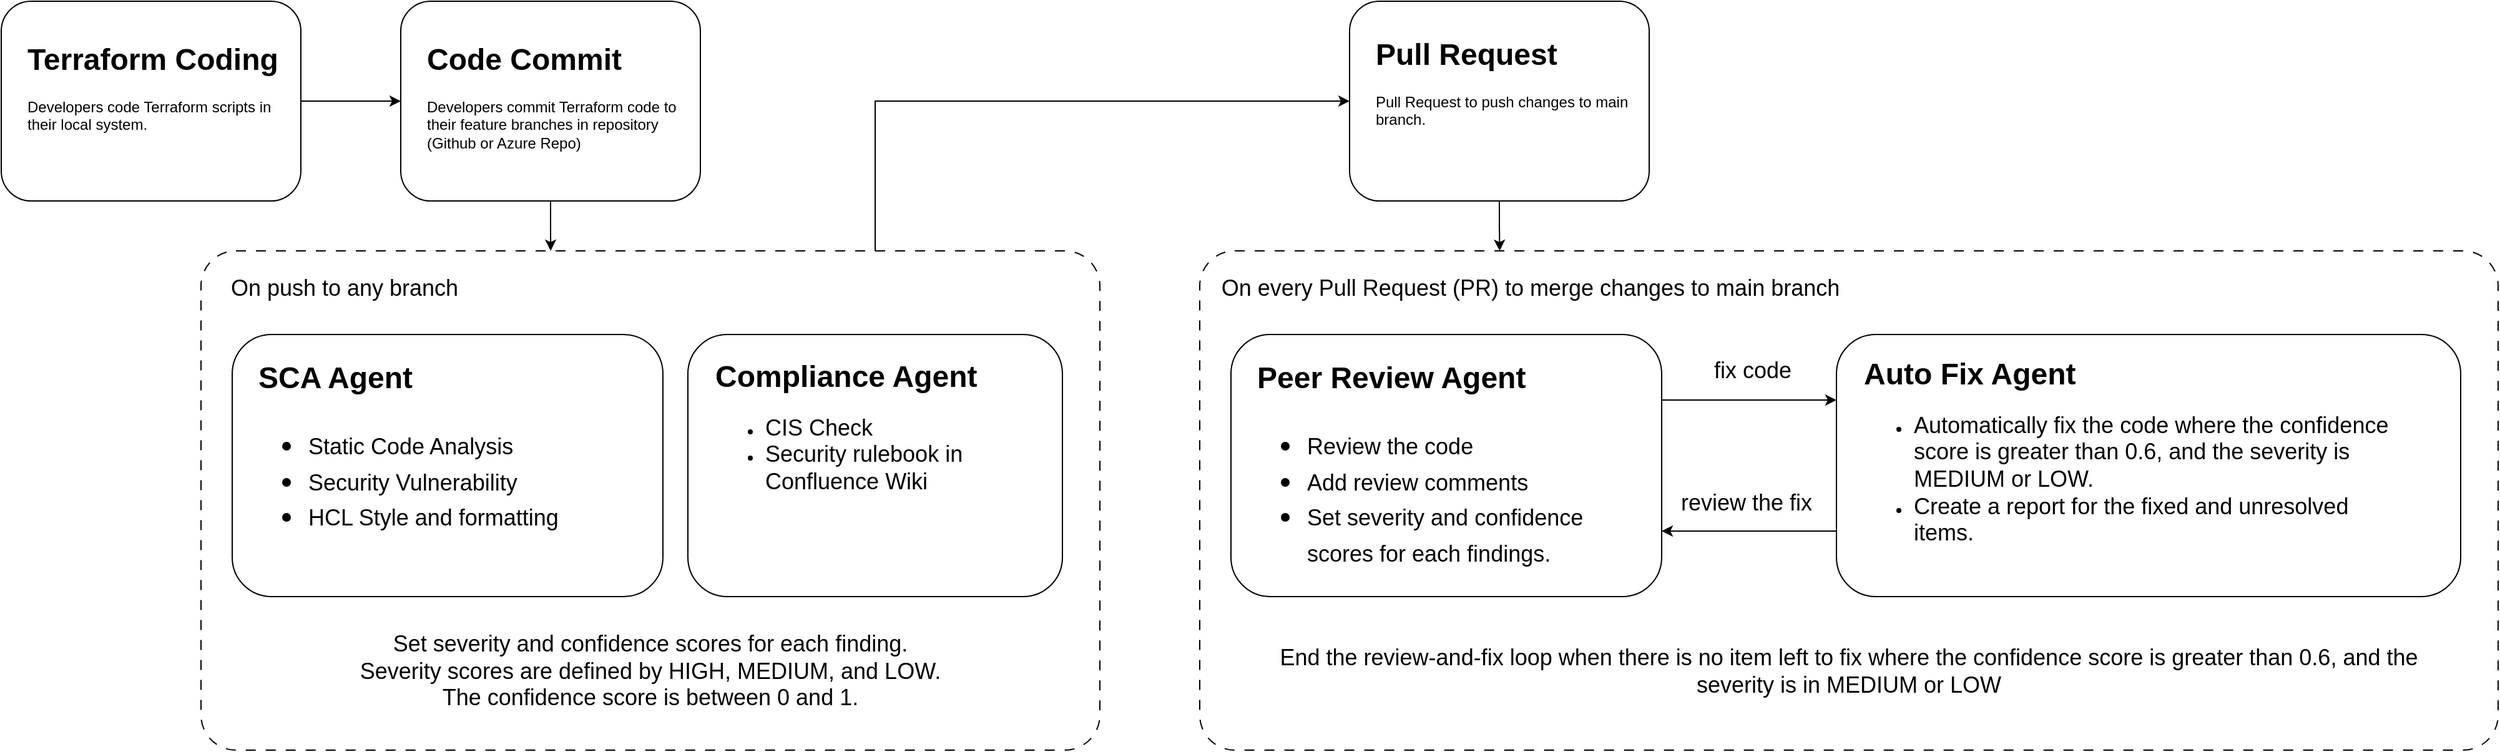
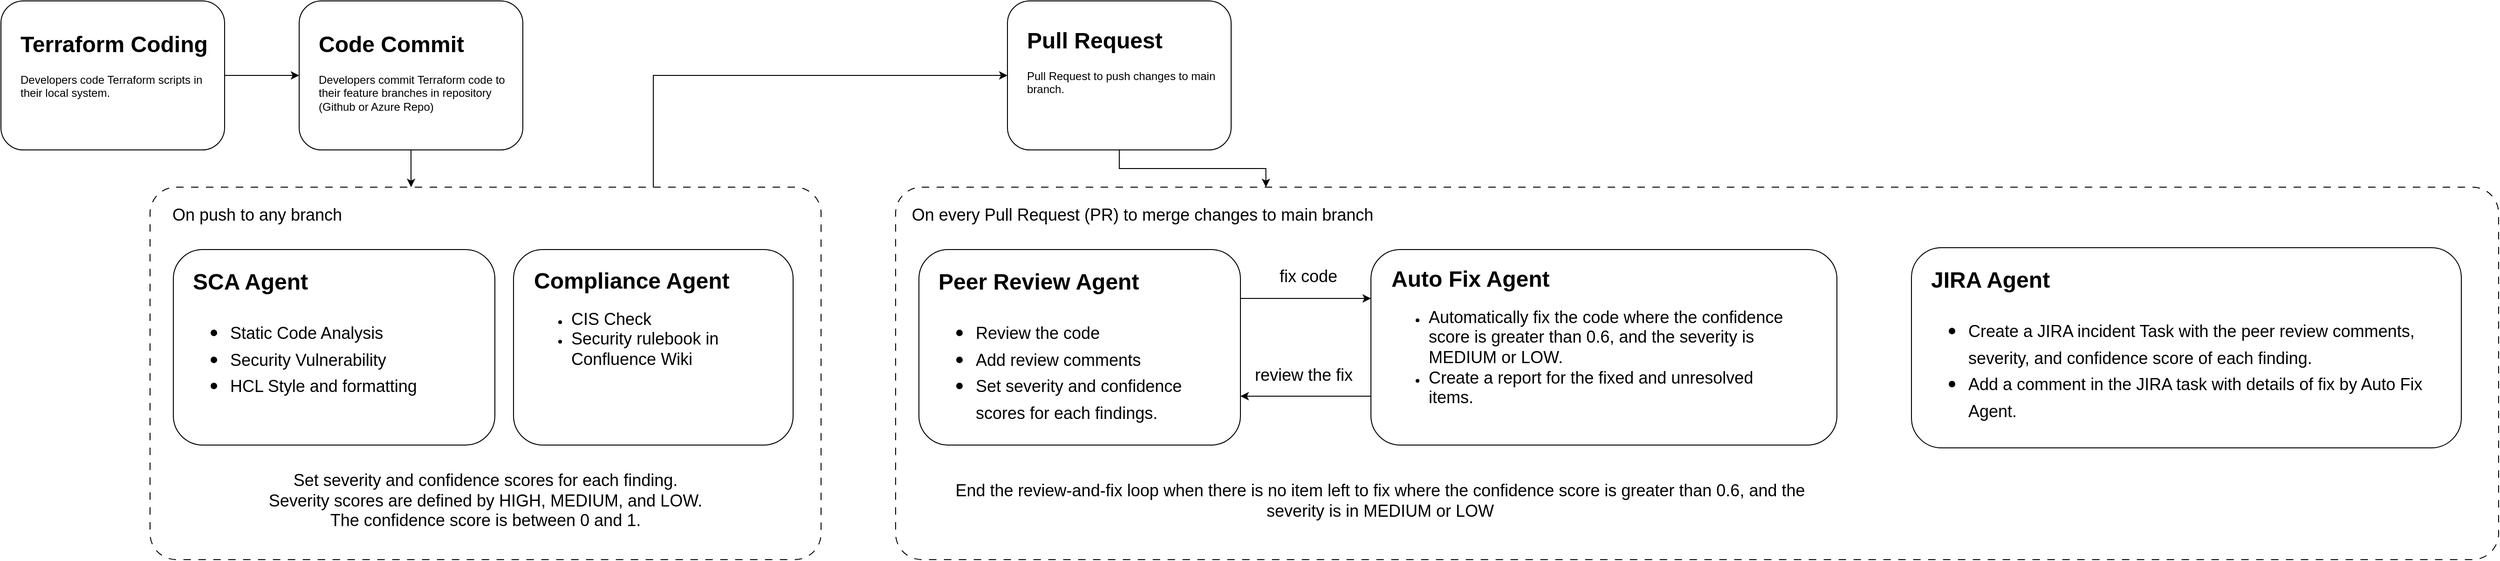
<mxfile host="app.diagrams.net">
  <diagram name="Page-1" id="llQ14HlxIDWXj9B5HY60">
    <mxGraphModel dx="1006" dy="638" grid="1" gridSize="10" guides="1" tooltips="1" connect="1" arrows="1" fold="1" page="1" pageScale="1" pageWidth="850" pageHeight="1100" math="0" shadow="0">
      <root>
        <mxCell id="0" />
        <mxCell id="1" parent="0" />
        <mxCell id="IWc9zJM8tDhvkjJ2dRjy-13" edge="1" parent="1" source="IWc9zJM8tDhvkjJ2dRjy-5" style="edgeStyle=orthogonalEdgeStyle;rounded=0;orthogonalLoop=1;jettySize=auto;html=1;entryX=0;entryY=0.5;entryDx=0;entryDy=0;exitX=0.75;exitY=0;exitDx=0;exitDy=0;" target="IWc9zJM8tDhvkjJ2dRjy-1">
          <mxGeometry relative="1" as="geometry" />
        </mxCell>
        <mxCell id="oJW8UGhNAXkty13G2p3x-1" parent="1" style="rounded=1;whiteSpace=wrap;html=1;" value="" vertex="1">
          <mxGeometry height="160" width="240" x="440" y="200" as="geometry" />
        </mxCell>
        <mxCell id="oJW8UGhNAXkty13G2p3x-3" parent="1" style="text;html=1;whiteSpace=wrap;overflow=hidden;rounded=0;" value="&lt;h1 style=&quot;margin-top: 0px;&quot;&gt;Code Commit&lt;/h1&gt;&lt;p&gt;Developers commit Terraform code to their feature branches in repository (Github or Azure Repo)&lt;/p&gt;" vertex="1">
          <mxGeometry height="100" width="210" x="459" y="226" as="geometry" />
        </mxCell>
        <mxCell id="IWc9zJM8tDhvkjJ2dRjy-1" parent="1" style="rounded=1;whiteSpace=wrap;html=1;" value="" vertex="1">
          <mxGeometry height="160" width="240" x="1200" y="200" as="geometry" />
        </mxCell>
        <mxCell id="IWc9zJM8tDhvkjJ2dRjy-2" parent="1" style="text;html=1;whiteSpace=wrap;overflow=hidden;rounded=0;" value="&lt;h1 style=&quot;margin-top: 0px;&quot;&gt;Pull Request&lt;/h1&gt;&lt;p&gt;Pull Request to push changes to main branch.&lt;/p&gt;" vertex="1">
          <mxGeometry height="100" width="210" x="1219" y="222" as="geometry" />
        </mxCell>
        <mxCell id="IWc9zJM8tDhvkjJ2dRjy-12" edge="1" parent="1" source="IWc9zJM8tDhvkjJ2dRjy-3" style="edgeStyle=orthogonalEdgeStyle;rounded=0;orthogonalLoop=1;jettySize=auto;html=1;exitX=1;exitY=0.5;exitDx=0;exitDy=0;entryX=0;entryY=0.5;entryDx=0;entryDy=0;" target="oJW8UGhNAXkty13G2p3x-1">
          <mxGeometry relative="1" as="geometry" />
        </mxCell>
        <mxCell id="IWc9zJM8tDhvkjJ2dRjy-3" parent="1" style="rounded=1;whiteSpace=wrap;html=1;" value="" vertex="1">
          <mxGeometry height="160" width="240" x="120" y="200" as="geometry" />
        </mxCell>
        <mxCell id="IWc9zJM8tDhvkjJ2dRjy-4" parent="1" style="text;html=1;whiteSpace=wrap;overflow=hidden;rounded=0;" value="&lt;h1 style=&quot;margin-top: 0px;&quot;&gt;Terraform Coding&lt;/h1&gt;&lt;p&gt;Developers code Terraform scripts in their local system.&lt;/p&gt;" vertex="1">
          <mxGeometry height="100" width="210" x="139" y="226" as="geometry" />
        </mxCell>
        <mxCell id="IWc9zJM8tDhvkjJ2dRjy-5" parent="1" style="rounded=1;whiteSpace=wrap;html=1;arcSize=7;dashed=1;dashPattern=8 8;" value="" vertex="1">
          <mxGeometry height="400" width="720" x="280" y="400" as="geometry" />
        </mxCell>
        <mxCell id="IWc9zJM8tDhvkjJ2dRjy-6" parent="1" style="text;html=1;whiteSpace=wrap;strokeColor=none;fillColor=none;align=center;verticalAlign=middle;rounded=0;" value="&lt;font style=&quot;font-size: 18px;&quot;&gt;On push to any branch&lt;/font&gt;" vertex="1">
          <mxGeometry height="30" width="210" x="290" y="415" as="geometry" />
        </mxCell>
        <mxCell id="IWc9zJM8tDhvkjJ2dRjy-7" parent="1" style="rounded=1;whiteSpace=wrap;html=1;" value="" vertex="1">
          <mxGeometry height="210" width="345" x="305" y="467" as="geometry" />
        </mxCell>
        <mxCell id="IWc9zJM8tDhvkjJ2dRjy-8" parent="1" style="text;html=1;whiteSpace=wrap;overflow=hidden;rounded=0;" value="&lt;h1 style=&quot;margin-top: 0px;&quot;&gt;SCA Agent&lt;/h1&gt;&lt;h1 style=&quot;margin-top: 0px;&quot;&gt;&lt;p style=&quot;font-size: 12px; font-weight: 400;&quot;&gt;&lt;/p&gt;&lt;ul&gt;&lt;li&gt;&lt;span style=&quot;font-size: 18px; font-weight: normal;&quot;&gt;Static Code Analysis&lt;/span&gt;&lt;/li&gt;&lt;li&gt;&lt;span style=&quot;font-size: 18px; font-weight: normal;&quot;&gt;Security Vulnerability&lt;/span&gt;&lt;/li&gt;&lt;li&gt;&lt;span style=&quot;font-size: 18px; font-weight: normal;&quot;&gt;HCL Style and formatting&lt;/span&gt;&lt;/li&gt;&lt;/ul&gt;&lt;p&gt;&lt;/p&gt;&lt;/h1&gt;" vertex="1">
          <mxGeometry height="183" width="306" x="324" y="481" as="geometry" />
        </mxCell>
        <mxCell id="IWc9zJM8tDhvkjJ2dRjy-9" parent="1" style="rounded=1;whiteSpace=wrap;html=1;" value="" vertex="1">
          <mxGeometry height="210" width="300" x="670" y="467" as="geometry" />
        </mxCell>
        <mxCell id="IWc9zJM8tDhvkjJ2dRjy-10" parent="1" style="text;html=1;whiteSpace=wrap;overflow=hidden;rounded=0;" value="&lt;h1 style=&quot;margin-top: 0px;&quot;&gt;Compliance Agent&lt;/h1&gt;&lt;p&gt;&lt;/p&gt;&lt;ul&gt;&lt;li&gt;&lt;span style=&quot;font-size: 18px;&quot;&gt;CIS Check&lt;/span&gt;&lt;/li&gt;&lt;li&gt;&lt;span style=&quot;font-size: 18px;&quot;&gt;Security rulebook in Confluence Wiki&lt;/span&gt;&lt;/li&gt;&lt;/ul&gt;&lt;p&gt;&lt;/p&gt;" vertex="1">
          <mxGeometry height="180" width="269" x="690" y="480" as="geometry" />
        </mxCell>
        <mxCell id="IWc9zJM8tDhvkjJ2dRjy-11" edge="1" parent="1" source="oJW8UGhNAXkty13G2p3x-1" style="edgeStyle=orthogonalEdgeStyle;rounded=0;orthogonalLoop=1;jettySize=auto;html=1;exitX=0.5;exitY=1;exitDx=0;exitDy=0;entryX=0.389;entryY=0;entryDx=0;entryDy=0;entryPerimeter=0;" target="IWc9zJM8tDhvkjJ2dRjy-5">
          <mxGeometry relative="1" as="geometry" />
        </mxCell>
        <mxCell id="IWc9zJM8tDhvkjJ2dRjy-14" parent="1" style="rounded=1;whiteSpace=wrap;html=1;arcSize=7;dashed=1;dashPattern=8 8;" value="" vertex="1">
-           <mxGeometry height="400" width="1040" x="1080" y="400" as="geometry" />
+           <mxGeometry height="400" width="1720" x="1080" y="400" as="geometry" />
        </mxCell>
        <mxCell id="IWc9zJM8tDhvkjJ2dRjy-15" parent="1" style="text;html=1;whiteSpace=wrap;strokeColor=none;fillColor=none;align=center;verticalAlign=middle;rounded=0;" value="&lt;font style=&quot;font-size: 18px;&quot;&gt;On every Pull Request (PR) to merge changes to main branch&lt;/font&gt;" vertex="1">
          <mxGeometry height="30" width="510" x="1090" y="415" as="geometry" />
        </mxCell>
        <mxCell id="IWc9zJM8tDhvkjJ2dRjy-22" edge="1" parent="1" source="IWc9zJM8tDhvkjJ2dRjy-16" style="edgeStyle=orthogonalEdgeStyle;rounded=0;orthogonalLoop=1;jettySize=auto;html=1;exitX=1;exitY=0.25;exitDx=0;exitDy=0;entryX=0;entryY=0.25;entryDx=0;entryDy=0;" target="IWc9zJM8tDhvkjJ2dRjy-18">
          <mxGeometry relative="1" as="geometry" />
        </mxCell>
        <mxCell id="IWc9zJM8tDhvkjJ2dRjy-16" parent="1" style="rounded=1;whiteSpace=wrap;html=1;" value="" vertex="1">
          <mxGeometry height="210" width="345" x="1105" y="467" as="geometry" />
        </mxCell>
        <mxCell id="IWc9zJM8tDhvkjJ2dRjy-17" parent="1" style="text;html=1;whiteSpace=wrap;overflow=hidden;rounded=0;" value="&lt;h1 style=&quot;margin-top: 0px;&quot;&gt;Peer Review Agent&lt;/h1&gt;&lt;h1 style=&quot;margin-top: 0px;&quot;&gt;&lt;p style=&quot;font-size: 12px; font-weight: 400;&quot;&gt;&lt;/p&gt;&lt;ul&gt;&lt;li&gt;&lt;span style=&quot;font-size: 18px; font-weight: 400;&quot;&gt;Review the code&lt;/span&gt;&lt;/li&gt;&lt;li&gt;&lt;span style=&quot;font-size: 18px; font-weight: 400;&quot;&gt;Add review comments&lt;/span&gt;&lt;/li&gt;&lt;li&gt;&lt;span style=&quot;font-size: 18px; font-weight: 400;&quot;&gt;Set severity and confidence scores for each findings.&lt;/span&gt;&lt;/li&gt;&lt;/ul&gt;&lt;p&gt;&lt;/p&gt;&lt;/h1&gt;" vertex="1">
          <mxGeometry height="179" width="306" x="1124" y="481" as="geometry" />
        </mxCell>
        <mxCell id="IWc9zJM8tDhvkjJ2dRjy-23" edge="1" parent="1" source="IWc9zJM8tDhvkjJ2dRjy-18" style="edgeStyle=orthogonalEdgeStyle;rounded=0;orthogonalLoop=1;jettySize=auto;html=1;exitX=0;exitY=0.75;exitDx=0;exitDy=0;entryX=1;entryY=0.75;entryDx=0;entryDy=0;" target="IWc9zJM8tDhvkjJ2dRjy-16">
          <mxGeometry relative="1" as="geometry" />
        </mxCell>
        <mxCell id="IWc9zJM8tDhvkjJ2dRjy-18" parent="1" style="rounded=1;whiteSpace=wrap;html=1;" value="" vertex="1">
          <mxGeometry height="210" width="500" x="1590" y="467" as="geometry" />
        </mxCell>
        <mxCell id="IWc9zJM8tDhvkjJ2dRjy-19" parent="1" style="text;html=1;whiteSpace=wrap;overflow=hidden;rounded=0;" value="&lt;h1 style=&quot;margin-top: 0px;&quot;&gt;Auto Fix Agent&lt;/h1&gt;&lt;p&gt;&lt;/p&gt;&lt;ul&gt;&lt;li&gt;&lt;span style=&quot;font-size: 18px;&quot;&gt;Automatically fix the code where the confidence score is greater than 0.6, and the severity is MEDIUM or LOW.&amp;nbsp;&lt;/span&gt;&lt;/li&gt;&lt;li&gt;&lt;span style=&quot;font-size: 18px;&quot;&gt;Create a report for the fixed and unresolved items.&lt;/span&gt;&lt;/li&gt;&lt;/ul&gt;&lt;p&gt;&lt;/p&gt;" vertex="1">
          <mxGeometry height="192" width="440" x="1610" y="478" as="geometry" />
        </mxCell>
        <mxCell id="IWc9zJM8tDhvkjJ2dRjy-20" parent="1" style="text;whiteSpace=wrap;fontSize=18;align=center;" value="Set severity and confidence scores for each finding.&#xa;Severity scores are defined by HIGH, MEDIUM, and LOW.&#xa;The confidence score is between 0 and 1." vertex="1">
          <mxGeometry height="77" width="640" x="320" y="698" as="geometry" />
        </mxCell>
        <mxCell id="IWc9zJM8tDhvkjJ2dRjy-21" edge="1" parent="1" source="IWc9zJM8tDhvkjJ2dRjy-1" style="edgeStyle=orthogonalEdgeStyle;rounded=0;orthogonalLoop=1;jettySize=auto;html=1;exitX=0.5;exitY=1;exitDx=0;exitDy=0;entryX=0.231;entryY=0;entryDx=0;entryDy=0;entryPerimeter=0;" target="IWc9zJM8tDhvkjJ2dRjy-14">
          <mxGeometry relative="1" as="geometry" />
        </mxCell>
        <mxCell id="IWc9zJM8tDhvkjJ2dRjy-24" parent="1" style="text;html=1;whiteSpace=wrap;strokeColor=none;fillColor=none;align=center;verticalAlign=middle;rounded=0;" value="&lt;font style=&quot;font-size: 18px;&quot;&gt;fix code&lt;/font&gt;" vertex="1">
          <mxGeometry height="30" width="82" x="1482" y="481" as="geometry" />
        </mxCell>
        <mxCell id="IWc9zJM8tDhvkjJ2dRjy-25" parent="1" style="text;html=1;whiteSpace=wrap;strokeColor=none;fillColor=none;align=center;verticalAlign=middle;rounded=0;" value="&lt;font style=&quot;font-size: 18px;&quot;&gt;review the fix&lt;/font&gt;" vertex="1">
          <mxGeometry height="30" width="120" x="1458" y="587" as="geometry" />
        </mxCell>
        <mxCell id="IWc9zJM8tDhvkjJ2dRjy-26" parent="1" style="text;html=1;whiteSpace=wrap;strokeColor=none;fillColor=none;align=center;verticalAlign=middle;rounded=0;" value="&lt;font style=&quot;font-size: 18px;&quot;&gt;End the review-and-fix loop when there is no item left to fix where the confidence score is greater than 0.6, and the severity is in MEDIUM or LOW&lt;/font&gt;" vertex="1">
          <mxGeometry height="50" width="980" x="1110" y="711.5" as="geometry" />
        </mxCell>
+         <mxCell id="IWc9zJM8tDhvkjJ2dRjy-27" parent="1" style="rounded=1;whiteSpace=wrap;html=1;" value="" vertex="1">
+           <mxGeometry height="215" width="590" x="2170" y="465" as="geometry" />
+         </mxCell>
+         <mxCell id="IWc9zJM8tDhvkjJ2dRjy-28" parent="1" style="text;html=1;whiteSpace=wrap;overflow=hidden;rounded=0;" value="&lt;h1 style=&quot;margin-top: 0px;&quot;&gt;JIRA Agent&lt;/h1&gt;&lt;h1 style=&quot;margin-top: 0px;&quot;&gt;&lt;p style=&quot;font-size: 12px; font-weight: 400;&quot;&gt;&lt;/p&gt;&lt;ul&gt;&lt;li&gt;&lt;span style=&quot;font-size: 18px; font-weight: 400;&quot;&gt;Create a JIRA incident Task with the peer review comments, severity, and confidence score of each finding.&lt;/span&gt;&lt;/li&gt;&lt;li&gt;&lt;span style=&quot;font-size: 18px; font-weight: 400;&quot;&gt;Add a comment in the JIRA task with details of fix by Auto Fix Agent.&lt;/span&gt;&lt;/li&gt;&lt;/ul&gt;&lt;p&gt;&lt;/p&gt;&lt;/h1&gt;" vertex="1">
+           <mxGeometry height="191" width="551" x="2189" y="479" as="geometry" />
+         </mxCell>
      </root>
    </mxGraphModel>
  </diagram>
</mxfile>
